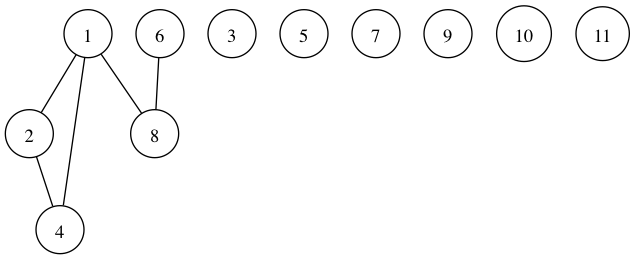
This is project/caw001.txt.ig.png from chris-wood/PL241-Compiler, a Graphviz export, as it was before one commit. Its source is kept beside it as project/caw001.txt.ig.dot.
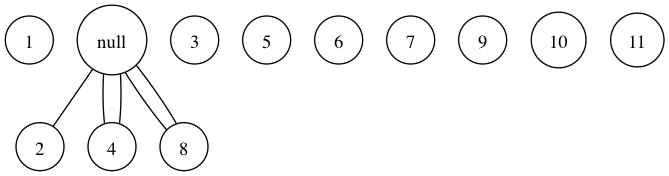
The same diagram one commit later.

Change to the diagram source:
```diff
@@ -1,19 +1,19 @@
 graph ig {
     node [shape = circle];
-1;
-2;
-3;
-4;
-5;
-6;
-7;
-8;
-9;
-10;
-11;
-1 -- 8;
-1 -- 4;
-1 -- 2;
-2 -- 4;
-6 -- 8;
+    1null;
+    2null;
+    3null;
+    4null;
+    5null;
+    6null;
+    7null;
+    8null;
+    9null;
+    10null;
+    11null;
+    1null -- 8null;
+    1null -- 4null;
+    1null -- 2null;
+    2null -- 4null;
+    6null -- 8null;
 }
```
